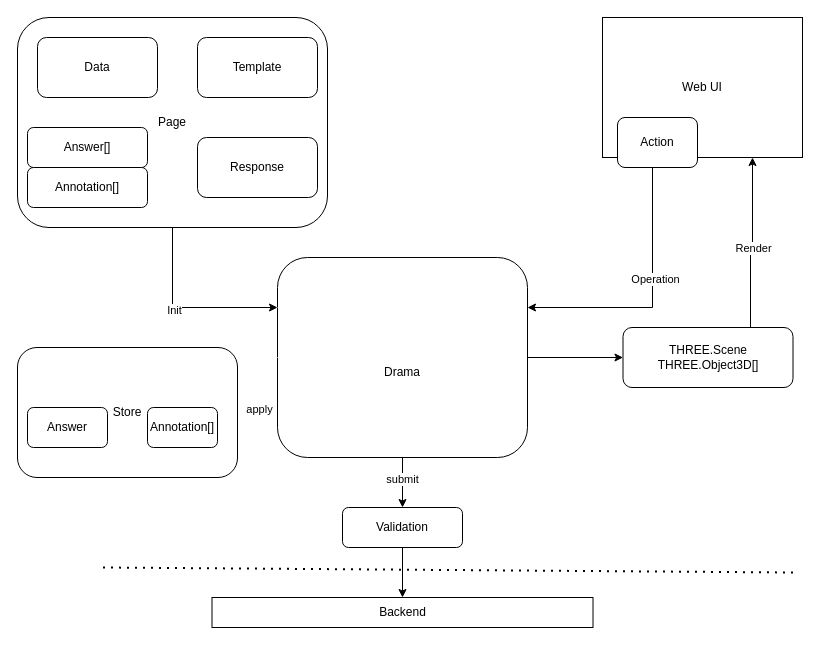
The draw.io diagram packages/web3d/src/doc.drawio in gengarneko/una-pcl, before the edit. Source tidied: cells renumbered, new cells numbered last; positions are measured from the earlier drawing's top-left corner, leaving out a move shared by most shapes. Both pictures are drawn from the tidied source at 100%, with x=0, y=0 at pixel (17, 17).
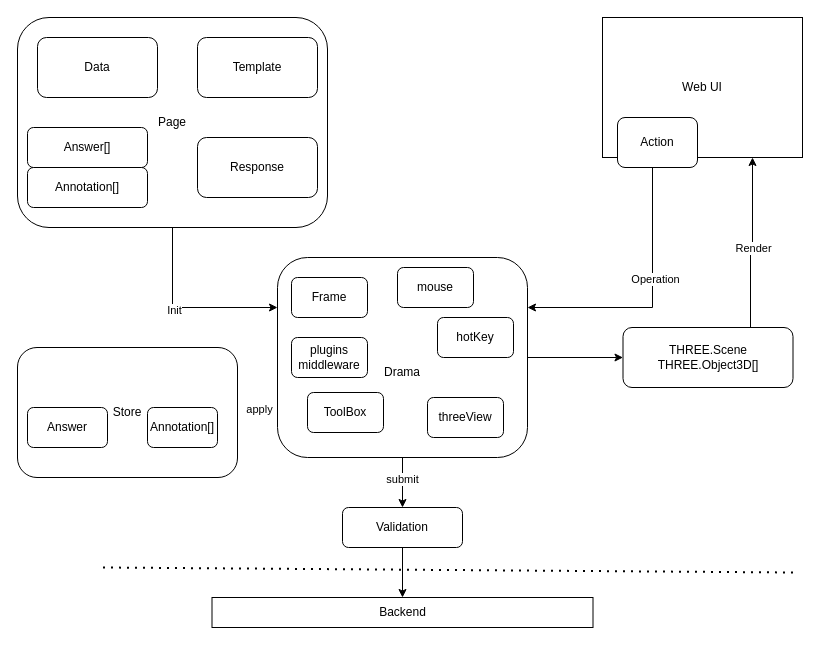
The same diagram, later.

Unchanged cells that the change refers to:
```xml
<mxCell id="14" value="&lt;br&gt;&lt;br&gt;Drama" style="rounded=1;whiteSpace=wrap;html=1;" parent="1" vertex="1">
  <mxGeometry x="260" y="240" width="250" height="200" as="geometry" />
</mxCell>
```

Diff of the diagram source:
```diff
@@
-    <mxCell id="31" style="edgeStyle=none;html=1;exitX=0;exitY=0.5;exitDx=0;exitDy=0;entryX=1;entryY=0.5;entryDx=0;entryDy=0;strokeColor=#FFFFFF;fillColor=#66B2FF;" parent="1" edge="1" source="14" target="14">
-      <mxGeometry relative="1" as="geometry" />
-    </mxCell>
-    <mxCell id="32" style="edgeStyle=none;html=1;exitX=0;exitY=0.25;exitDx=0;exitDy=0;entryX=1;entryY=0.5;entryDx=0;entryDy=0;strokeColor=#FFFFFF;fillColor=#66B2FF;" parent="1" edge="1" source="14" target="14">
-      <mxGeometry relative="1" as="geometry" />
+    <mxCell id="32" value="Frame" style="rounded=1;whiteSpace=wrap;html=1;" parent="1" vertex="1">
+      <mxGeometry x="274" y="260" width="76" height="40" as="geometry" />
     </mxCell>
+    <mxCell id="33" value="threeView" style="rounded=1;whiteSpace=wrap;html=1;" parent="1" vertex="1">
+      <mxGeometry x="410" y="380" width="76" height="40" as="geometry" />
+    </mxCell>
+    <mxCell id="34" value="ToolBox" style="rounded=1;whiteSpace=wrap;html=1;" parent="1" vertex="1">
+      <mxGeometry x="290" y="375" width="76" height="40" as="geometry" />
+    </mxCell>
+    <mxCell id="35" value="plugins&lt;br&gt;middleware" style="rounded=1;whiteSpace=wrap;html=1;" parent="1" vertex="1">
+      <mxGeometry x="274" y="320" width="76" height="40" as="geometry" />
+    </mxCell>
+    <mxCell id="36" value="mouse" style="rounded=1;whiteSpace=wrap;html=1;" parent="1" vertex="1">
+      <mxGeometry x="380" y="250" width="76" height="40" as="geometry" />
+    </mxCell>
+    <mxCell id="37" value="hotKey" style="rounded=1;whiteSpace=wrap;html=1;" parent="1" vertex="1">
+      <mxGeometry x="420" y="300" width="76" height="40" as="geometry" />
+    </mxCell>
```
